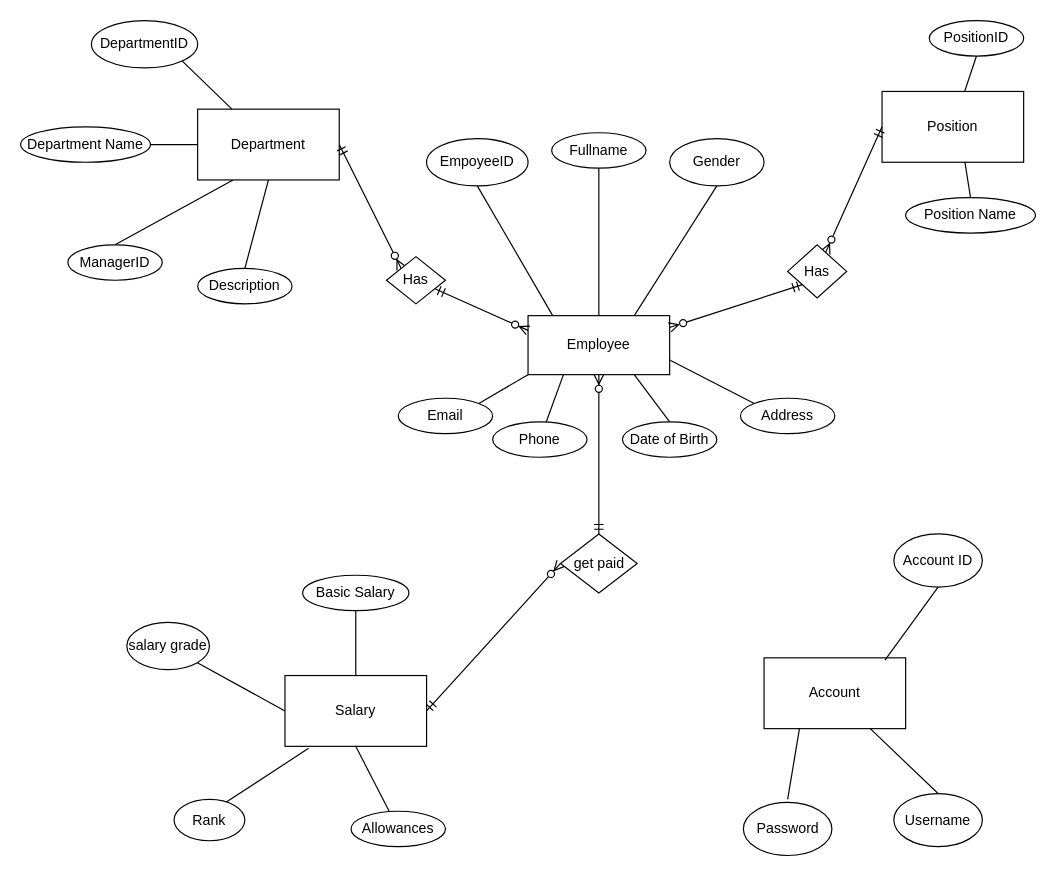
dodangtuan/baitestjava1 keeps this draw.io diagram as QLNS.drawio. Above is the earlier version. Source tidied: cells renumbered, new cells numbered last; positions are measured from the earlier drawing's top-left corner, leaving out a move shared by most shapes. Both pictures are drawn from the tidied source at 118%, with x=0, y=0 at pixel (20, 20).
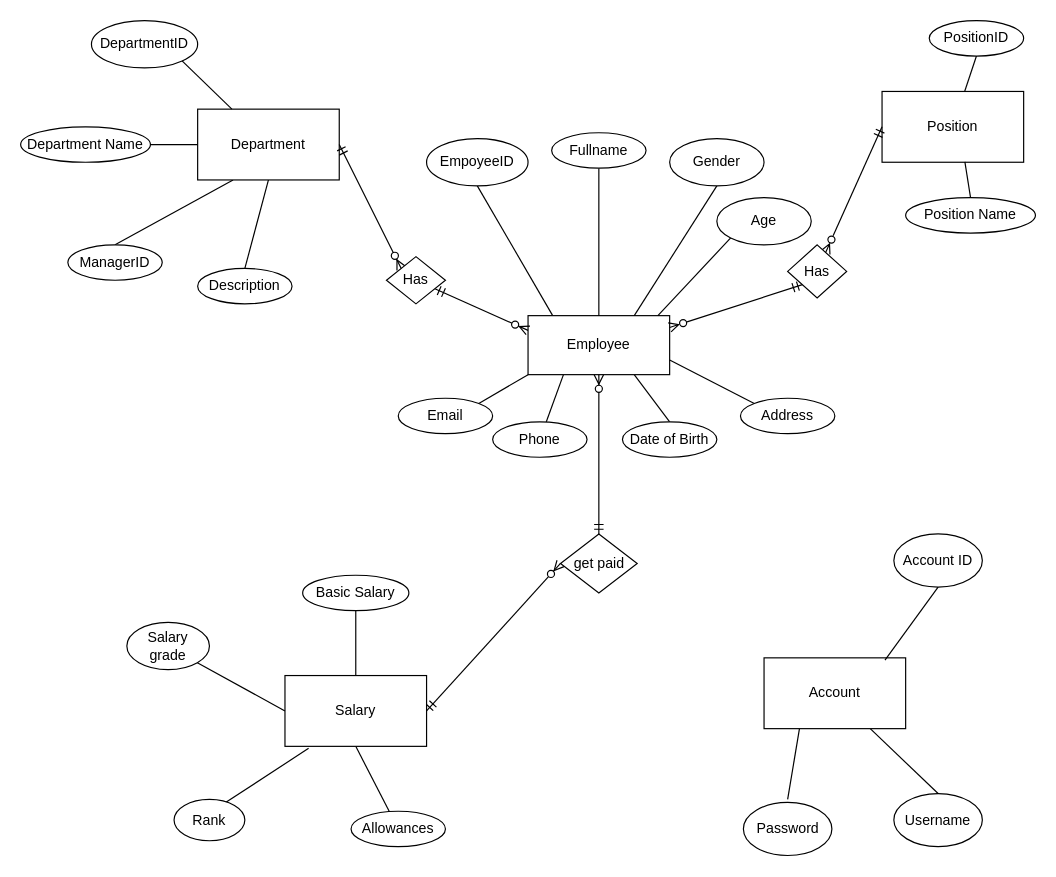
After the change.

Commit message:
Cập nhật QLNS.drawio

Unchanged cells that the change refers to:
```xml
<mxCell id="4" value="Employee " style="rounded=0;whiteSpace=wrap;html=1;" parent="1" vertex="1">
  <mxGeometry x="430" y="250" width="120" height="50" as="geometry" />
</mxCell>
```

Diff of the diagram source:
```diff
@@
-    <mxCell id="40" value="salary grade" style="ellipse;whiteSpace=wrap;html=1;" parent="1" vertex="1">
+    <mxCell id="40" value="Salary grade" style="ellipse;whiteSpace=wrap;html=1;" parent="1" vertex="1">
       <mxGeometry x="90" y="510" width="70" height="40" as="geometry" />
     </mxCell>
@@
+    <mxCell id="57" style="rounded=0;jettySize=auto;html=1;exitX=0;exitY=1;exitDx=0;exitDy=0;endArrow=none;endFill=0;entryX=0.917;entryY=0;entryDx=0;entryDy=0;entryPerimeter=0;" parent="1" edge="1" source="58" target="4">
+      <mxGeometry relative="1" as="geometry" />
+    </mxCell>
+    <mxCell id="58" value="Age" style="ellipse;whiteSpace=wrap;html=1;" parent="1" vertex="1">
+      <mxGeometry x="590" y="150" width="80" height="40" as="geometry" />
+    </mxCell>
```
